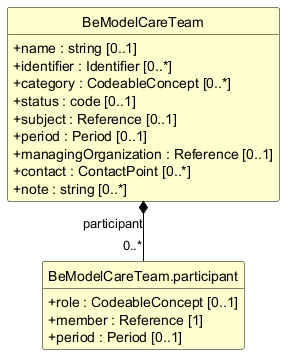
caresets/caresets-src keeps this PlantUML diagram as exports/diagrams/BeModelCareTeam-uml.png. Above is the earlier version.
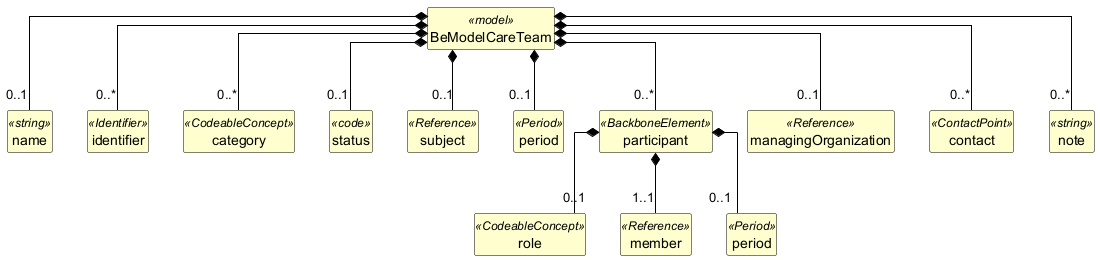
After the commit.

Change to the diagram source:
```diff
@@ -12,23 +12,59 @@
 hide circle
 hide empty members
 
-class "BeModelCareTeam" as BeModelCareTeam {
-  +name : string [0..1]
-  +identifier : Identifier [0..*]
-  +category : CodeableConcept [0..*]
-  +status : code [0..1]
-  +subject : Reference [0..1]
-  +period : Period [0..1]
-  +managingOrganization : Reference [0..1]
-  +contact : ContactPoint [0..*]
-  +note : string [0..*]
+class "BeModelCareTeam" as BeModelCareTeam <<model>> {
 }
 
-class "BeModelCareTeam.participant" as BeModelCareTeam_participant {
-  +role : CodeableConcept [0..1]
-  +member : Reference [1]
-  +period : Period [0..1]
+class "name" as BeModelCareTeam_name <<string>> {
 }
 
-BeModelCareTeam *-- "0..*" BeModelCareTeam_participant : participant
+class "identifier" as BeModelCareTeam_identifier <<Identifier>> {
+}
+
+class "category" as BeModelCareTeam_category <<CodeableConcept>> {
+}
+
+class "status" as BeModelCareTeam_status <<code>> {
+}
+
+class "subject" as BeModelCareTeam_subject <<Reference>> {
+}
+
+class "period" as BeModelCareTeam_period <<Period>> {
+}
+
+class "participant" as BeModelCareTeam_participant <<BackboneElement>> {
+}
+
+class "role" as BeModelCareTeam_participant_role <<CodeableConcept>> {
+}
+
+class "member" as BeModelCareTeam_participant_member <<Reference>> {
+}
+
+class "period" as BeModelCareTeam_participant_period <<Period>> {
+}
+
+class "managingOrganization" as BeModelCareTeam_managingOrganization <<Reference>> {
+}
+
+class "contact" as BeModelCareTeam_contact <<ContactPoint>> {
+}
+
+class "note" as BeModelCareTeam_note <<string>> {
+}
+
+BeModelCareTeam *-- "0..1" BeModelCareTeam_name
+BeModelCareTeam *-- "0..*" BeModelCareTeam_identifier
+BeModelCareTeam *-- "0..*" BeModelCareTeam_category
+BeModelCareTeam *-- "0..1" BeModelCareTeam_status
+BeModelCareTeam *-- "0..1" BeModelCareTeam_subject
+BeModelCareTeam *-- "0..1" BeModelCareTeam_period
+BeModelCareTeam *-- "0..*" BeModelCareTeam_participant
+BeModelCareTeam_participant *-- "0..1" BeModelCareTeam_participant_role
+BeModelCareTeam_participant *-- "1..1" BeModelCareTeam_participant_member
+BeModelCareTeam_participant *-- "0..1" BeModelCareTeam_participant_period
+BeModelCareTeam *-- "0..1" BeModelCareTeam_managingOrganization
+BeModelCareTeam *-- "0..*" BeModelCareTeam_contact
+BeModelCareTeam *-- "0..*" BeModelCareTeam_note
 @enduml
```
